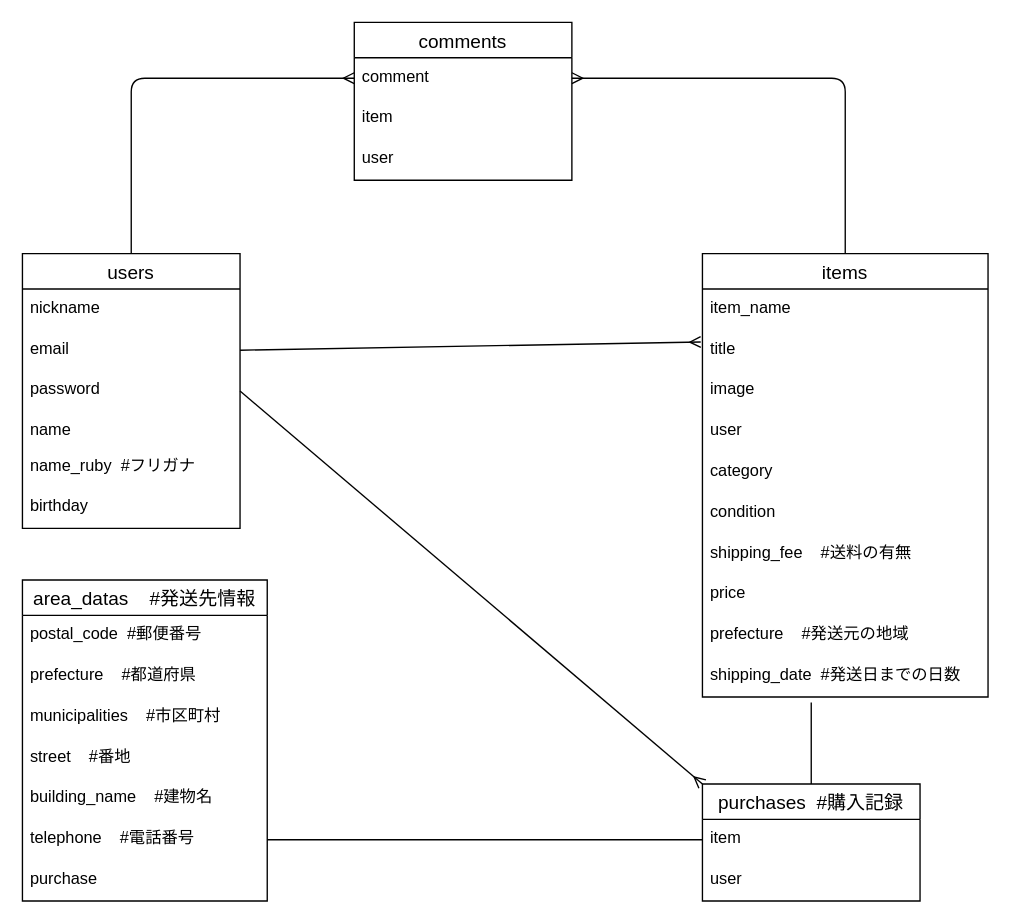
Before: furima.dio in KE1ok/furima-40602, a draw.io diagram. Source tidied: cells renumbered, new cells numbered last; positions are measured from the earlier drawing's top-left corner, leaving out a move shared by most shapes. Both pictures are drawn from the tidied source at 136%, with x=0, y=0 at pixel (22, 22).
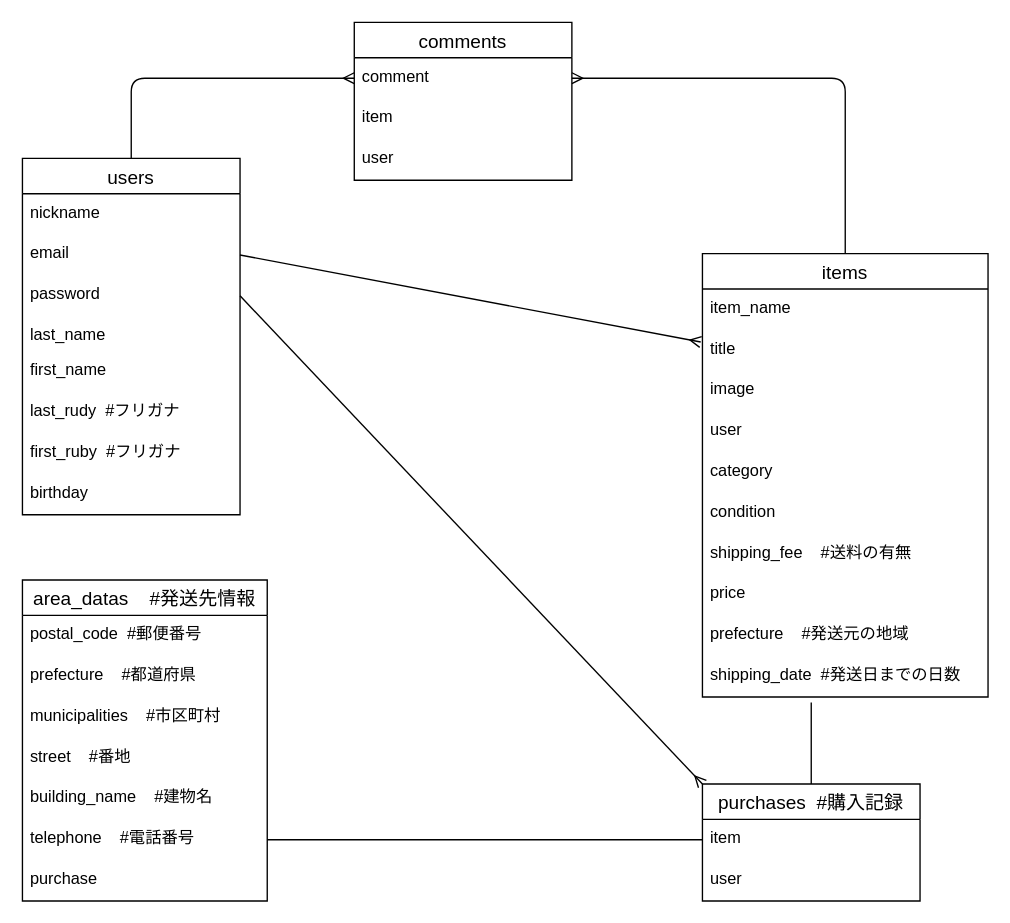
After the change.

Commit message (it also covers changes not shown here):
nameカラムを姓名別に変更

What changed in the source:
```diff
@@
     <mxCell id="3" value="users" style="swimlane;fontStyle=0;horizontal=1;startSize=26;align=center;fontSize=14;" parent="1" vertex="1">
-      <mxGeometry y="170" width="160" height="202" as="geometry" />
+      <mxGeometry y="100" width="160" height="262" as="geometry" />
     </mxCell>
@@
-    <mxCell id="7" value="name" style="text;strokeColor=none;fillColor=none;spacingLeft=4;spacingRight=4;overflow=hidden;fontSize=12;" parent="3" vertex="1">
+    <mxCell id="7" value="last_name" style="text;strokeColor=none;fillColor=none;spacingLeft=4;spacingRight=4;overflow=hidden;fontSize=12;" parent="3" vertex="1">
       <mxGeometry y="116" width="160" height="26" as="geometry" />
     </mxCell>
+    <mxCell id="42" value="first_name" style="text;strokeColor=none;fillColor=none;spacingLeft=4;spacingRight=4;overflow=hidden;fontSize=12;" parent="3" vertex="1">
+      <mxGeometry y="142" width="160" height="30" as="geometry" />
+    </mxCell>
+    <mxCell id="43" value="last_rudy  #フリガナ" style="text;strokeColor=none;fillColor=none;spacingLeft=4;spacingRight=4;overflow=hidden;fontSize=12;" parent="3" vertex="1">
+      <mxGeometry y="172" width="160" height="30" as="geometry" />
+    </mxCell>
-    <mxCell id="8" value="name_ruby  #フリガナ" style="text;strokeColor=none;fillColor=none;spacingLeft=4;spacingRight=4;overflow=hidden;fontSize=12;" parent="3" vertex="1">
-      <mxGeometry y="142" width="160" height="30" as="geometry" />
+    <mxCell id="8" value="first_ruby  #フリガナ" style="text;strokeColor=none;fillColor=none;spacingLeft=4;spacingRight=4;overflow=hidden;fontSize=12;" parent="3" vertex="1">
+      <mxGeometry y="202" width="160" height="30" as="geometry" />
     </mxCell>
     <mxCell id="9" value="birthday" style="text;strokeColor=none;fillColor=none;spacingLeft=4;spacingRight=4;overflow=hidden;fontSize=12;" parent="3" vertex="1">
-      <mxGeometry y="172" width="160" height="30" as="geometry" />
+      <mxGeometry y="232" width="160" height="30" as="geometry" />
     </mxCell>
```
